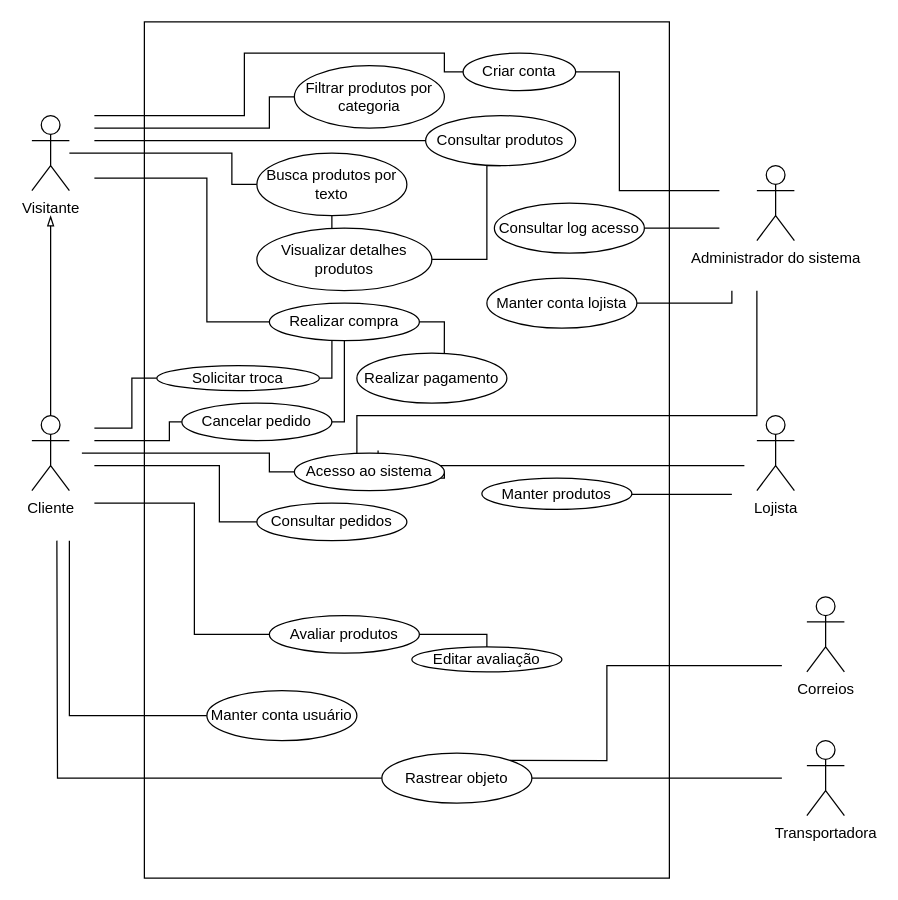
Before: CasosDeUso.drawio in JorgeEduardoFOS/ecommercepet, a draw.io diagram. Source tidied: cells renumbered, new cells numbered last; positions are measured from the earlier drawing's top-left corner, leaving out a move shared by most shapes. Both pictures are drawn from the tidied source at 125%, with x=0, y=0 at pixel (31, 21).
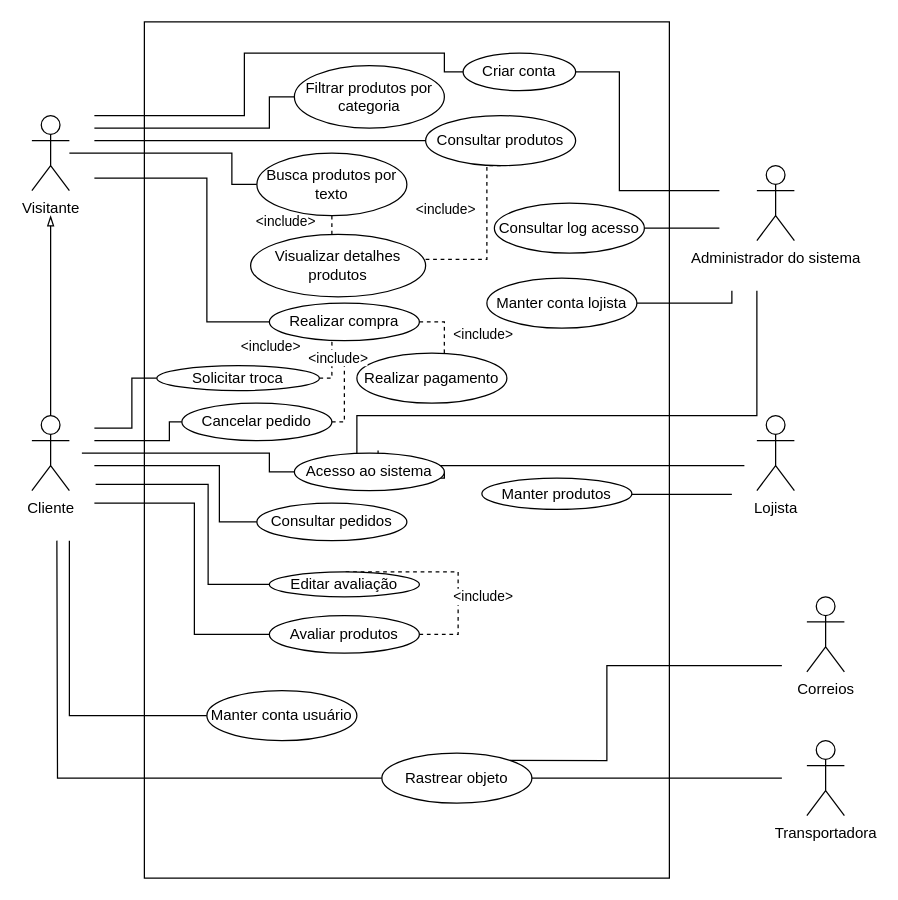
The same diagram, later.

Unchanged cells that the change refers to:
```xml
<mxCell id="7" value="Busca produtos por texto" style="ellipse;whiteSpace=wrap;html=1;" parent="1" vertex="1">
  <mxGeometry x="180" y="105" width="120" height="50" as="geometry" />
</mxCell>
<mxCell id="18" value="Consultar produtos" style="ellipse;whiteSpace=wrap;html=1;" parent="1" vertex="1">
  <mxGeometry x="315" y="75" width="120" height="40" as="geometry" />
</mxCell>
<mxCell id="27" value="Realizar compra" style="ellipse;whiteSpace=wrap;html=1;" parent="1" vertex="1">
  <mxGeometry x="190" y="225" width="120" height="30" as="geometry" />
</mxCell>
<mxCell id="28" value="Realizar pagamento" style="ellipse;whiteSpace=wrap;html=1;" parent="1" vertex="1">
  <mxGeometry x="260" y="265" width="120" height="40" as="geometry" />
</mxCell>
<mxCell id="37" value="Avaliar produtos" style="ellipse;whiteSpace=wrap;html=1;" parent="1" vertex="1">
  <mxGeometry x="190" y="475" width="120" height="30" as="geometry" />
</mxCell>
<mxCell id="41" value="Solicitar troca" style="ellipse;whiteSpace=wrap;html=1;" parent="1" vertex="1">
  <mxGeometry x="100" y="275" width="130" height="20" as="geometry" />
</mxCell>
<mxCell id="44" value="Cancelar pedido" style="ellipse;whiteSpace=wrap;html=1;" parent="1" vertex="1">
  <mxGeometry x="120" y="305" width="120" height="30" as="geometry" />
</mxCell>
```

The edit, as a diff of the source:
```diff
@@
+    <mxCell id="53" style="rounded=0;whiteSpace=wrap;html=1;fillColor=none;gradientColor=#ffffff;" parent="1" vertex="1">
+      <mxGeometry x="90" width="420" height="685" as="geometry" />
+    </mxCell>
@@
-    <mxCell id="6" style="edgeStyle=orthogonalEdgeStyle;rounded=0;jettySize=auto;html=1;endArrow=none;endFill=0;" parent="1" edge="1" source="7" target="9">
-      <mxGeometry relative="1" as="geometry" />
+    <mxCell id="6" value="&amp;lt;include&amp;gt;" style="edgeStyle=orthogonalEdgeStyle;rounded=0;jettySize=auto;html=1;endArrow=none;endFill=0;dashed=1;" parent="1" edge="1" source="7" target="9">
+      <mxGeometry x="0.67" y="39" relative="1" as="geometry">
+        <mxPoint x="-3" y="-15" as="offset" />
+      </mxGeometry>
     </mxCell>
@@
     <mxCell id="9" value="Visualizar detalhes produtos" style="ellipse;whiteSpace=wrap;html=1;" parent="1" vertex="1">
-      <mxGeometry x="180" y="165" width="140" height="50" as="geometry" />
+      <mxGeometry x="175" y="170" width="140" height="50" as="geometry" />
     </mxCell>
@@
-    <mxCell id="17" style="edgeStyle=orthogonalEdgeStyle;rounded=0;jettySize=auto;html=1;exitX=0.5;exitY=1;exitDx=0;exitDy=0;endArrow=none;endFill=0;" parent="1" edge="1" source="18" target="9">
-      <mxGeometry relative="1" as="geometry">
+    <mxCell id="17" value="&amp;lt;include&amp;gt;" style="edgeStyle=orthogonalEdgeStyle;rounded=0;jettySize=auto;html=1;exitX=0.5;exitY=1;exitDx=0;exitDy=0;endArrow=none;endFill=0;dashed=1;" parent="1" edge="1" source="18" target="9">
+      <mxGeometry x="-0.33" y="-33" relative="1" as="geometry">
         <Array as="points">
           <mxPoint x="364" y="190" />
         </Array>
       </mxGeometry>
     </mxCell>
@@
-    <mxCell id="26" style="edgeStyle=orthogonalEdgeStyle;rounded=0;jettySize=auto;html=1;exitX=1;exitY=0.5;exitDx=0;exitDy=0;entryX=0.583;entryY=0;entryDx=0;entryDy=0;entryPerimeter=0;endArrow=none;endFill=0;" parent="1" edge="1" source="27" target="28">
-      <mxGeometry relative="1" as="geometry" />
+    <mxCell id="26" value="&amp;lt;include&amp;gt;" style="edgeStyle=orthogonalEdgeStyle;rounded=0;jettySize=auto;html=1;exitX=1;exitY=0.5;exitDx=0;exitDy=0;entryX=0.583;entryY=0;entryDx=0;entryDy=0;entryPerimeter=0;endArrow=none;endFill=0;dashed=1;" parent="1" edge="1" source="27" target="28">
+      <mxGeometry x="0.33" y="31" relative="1" as="geometry" />
     </mxCell>
@@
-    <mxCell id="36" style="edgeStyle=orthogonalEdgeStyle;rounded=0;jettySize=auto;html=1;exitX=1;exitY=0.5;exitDx=0;exitDy=0;entryX=0.5;entryY=0;entryDx=0;entryDy=0;endArrow=none;endFill=0;" parent="1" edge="1" source="37" target="38">
-      <mxGeometry relative="1" as="geometry">
+    <mxCell id="36" value="&amp;lt;include&amp;gt;" style="edgeStyle=orthogonalEdgeStyle;rounded=0;jettySize=auto;html=1;exitX=1;exitY=0.5;exitDx=0;exitDy=0;entryX=0.5;entryY=0;entryDx=0;entryDy=0;endArrow=none;endFill=0;dashed=1;" parent="1" edge="1" source="37" target="38">
+      <mxGeometry x="-0.29" y="-20" relative="1" as="geometry">
         <Array as="points">
-          <mxPoint x="364" y="490" />
+          <mxPoint x="341" y="490" />
+          <mxPoint x="341" y="440" />
         </Array>
       </mxGeometry>
     </mxCell>
@@
+    <mxCell id="54" style="edgeStyle=orthogonalEdgeStyle;rounded=0;jettySize=auto;html=1;exitX=0;exitY=0.5;exitDx=0;exitDy=0;endArrow=none;endFill=0;" parent="1" edge="1" source="38">
+      <mxGeometry relative="1" as="geometry">
+        <mxPoint x="51" y="370" as="targetPoint" />
+        <Array as="points">
+          <mxPoint x="141" y="450" />
+          <mxPoint x="141" y="370" />
+        </Array>
+      </mxGeometry>
+    </mxCell>
     <mxCell id="38" value="Editar avaliação" style="ellipse;whiteSpace=wrap;html=1;" parent="1" vertex="1">
-      <mxGeometry x="304" y="500" width="120" height="20" as="geometry" />
+      <mxGeometry x="190" y="440" width="120" height="20" as="geometry" />
     </mxCell>
@@
-    <mxCell id="40" style="edgeStyle=orthogonalEdgeStyle;rounded=0;jettySize=auto;html=1;exitX=1;exitY=0.5;exitDx=0;exitDy=0;entryX=0.417;entryY=1;entryDx=0;entryDy=0;entryPerimeter=0;endArrow=none;endFill=0;" parent="1" edge="1" source="41" target="27">
-      <mxGeometry relative="1" as="geometry" />
+    <mxCell id="40" value="&amp;lt;include&amp;gt;" style="edgeStyle=orthogonalEdgeStyle;rounded=0;jettySize=auto;html=1;exitX=1;exitY=0.5;exitDx=0;exitDy=0;entryX=0.417;entryY=1;entryDx=0;entryDy=0;entryPerimeter=0;endArrow=none;endFill=0;dashed=1;" parent="1" edge="1" source="41" target="27">
+      <mxGeometry x="-1" y="46" relative="1" as="geometry">
+        <mxPoint x="-39" y="21" as="offset" />
+      </mxGeometry>
     </mxCell>
@@
-    <mxCell id="43" style="edgeStyle=orthogonalEdgeStyle;rounded=0;jettySize=auto;html=1;exitX=1;exitY=0.5;exitDx=0;exitDy=0;entryX=0.5;entryY=1;entryDx=0;entryDy=0;endArrow=none;endFill=0;" parent="1" edge="1" source="44" target="27">
-      <mxGeometry relative="1" as="geometry">
+    <mxCell id="43" value="&amp;lt;include&amp;gt;" style="edgeStyle=orthogonalEdgeStyle;rounded=0;jettySize=auto;html=1;exitX=1;exitY=0.5;exitDx=0;exitDy=0;endArrow=none;endFill=0;dashed=1;" parent="1" edge="1" source="44">
+      <mxGeometry x="0.87" y="-1" relative="1" as="geometry">
+        <mxPoint x="241" y="270" as="targetPoint" />
         <Array as="points">
           <mxPoint x="250" y="320" />
         </Array>
       </mxGeometry>
     </mxCell>
@@
-    <mxCell id="53" style="rounded=0;whiteSpace=wrap;html=1;fillColor=none;gradientColor=#ffffff;" parent="1" vertex="1">
-      <mxGeometry x="90" width="420" height="685" as="geometry" />
-    </mxCell>
```
